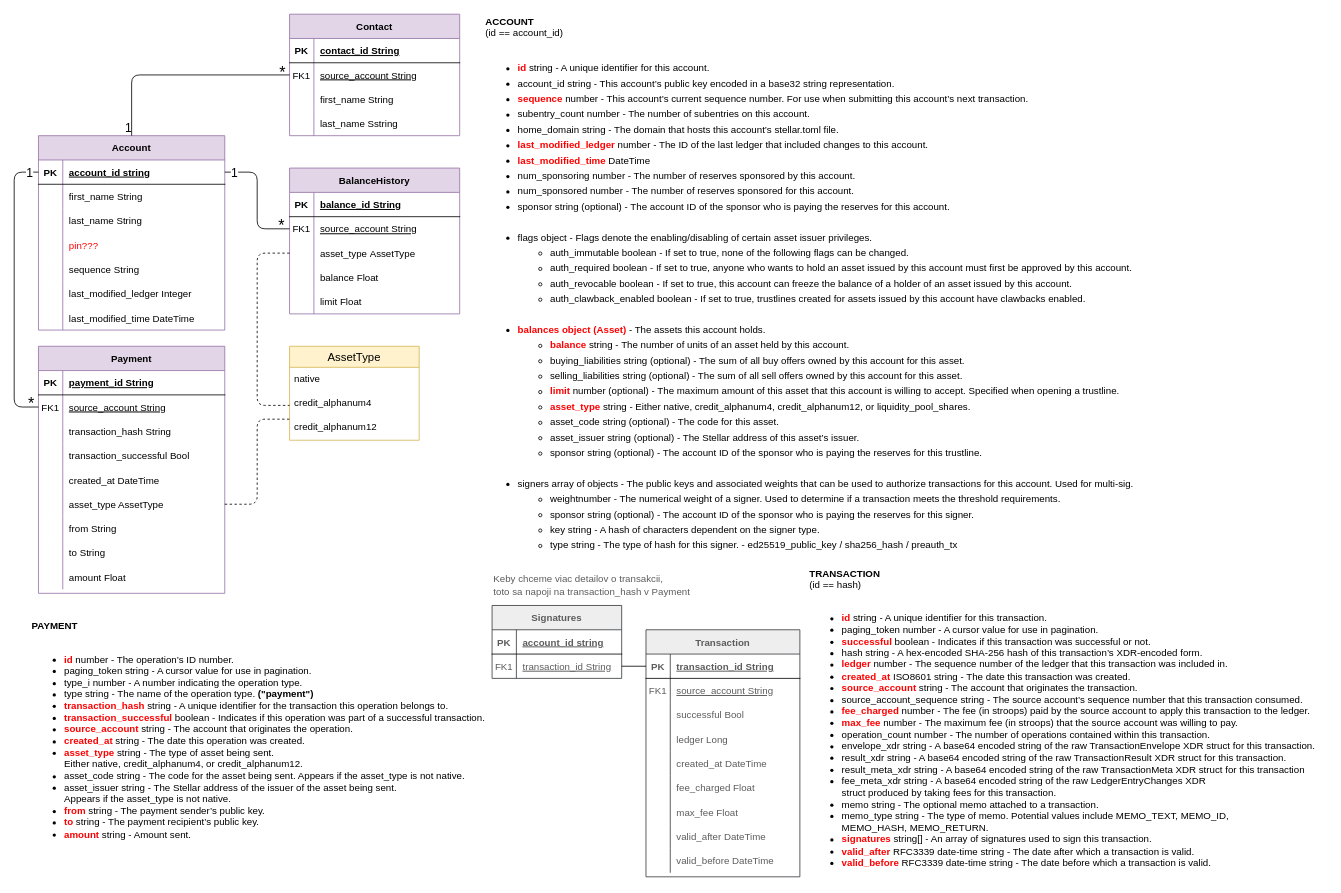
Above: LocalDB.drawio in kirschovapetra/MOBV-project (draw.io), before the change. Source tidied: cells renumbered, new cells numbered last; positions are measured from the earlier drawing's top-left corner, leaving out a move shared by most shapes. Both pictures are drawn from the tidied source at 81%, with x=0, y=0 at pixel (14, 14).
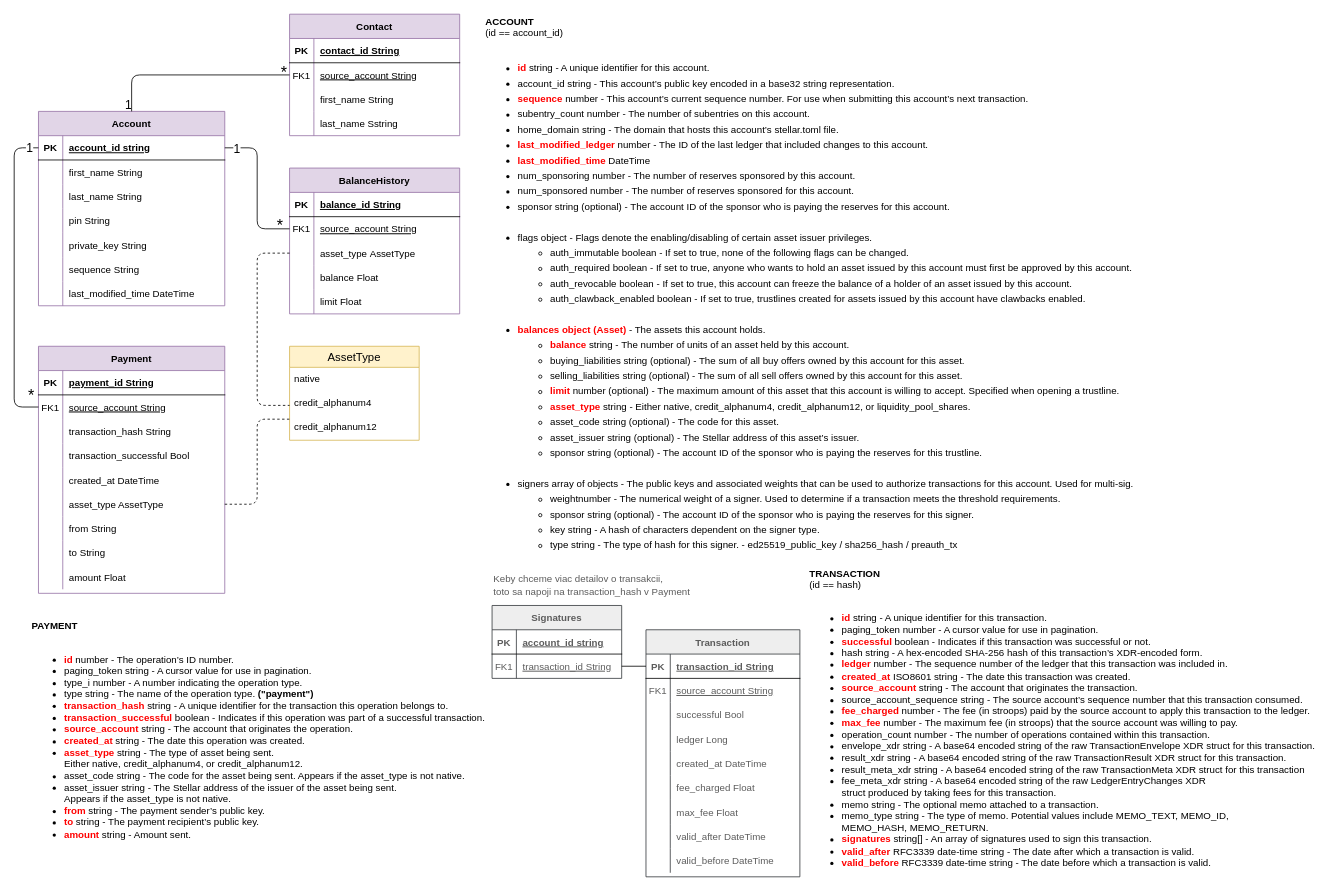
Above is the later version.

Unchanged cells that the change refers to:
```xml
<mxCell id="47" style="shape=partialRectangle;fillColor=none;points=[[0,0.5],[1,0.5]];portConstraint=eastwest;top=0;left=0;right=0;bottom=0;rounded=0;" parent="43" vertex="1">
  <mxGeometry y="60" width="210" height="30" as="geometry" />
</mxCell>
<mxCell id="60" style="shape=partialRectangle;fillColor=none;points=[[0,0.5],[1,0.5]];portConstraint=eastwest;top=0;left=0;right=0;bottom=1;rounded=0;" parent="59" vertex="1">
  <mxGeometry y="30" width="230" height="30" as="geometry" />
</mxCell>
<mxCell id="69" style="shape=partialRectangle;fillColor=none;top=0;left=0;right=0;bottom=0;rounded=0;" parent="59" vertex="1">
  <mxGeometry y="120" width="230" height="30" as="geometry" />
</mxCell>
<mxCell id="105" style="shape=partialRectangle;fillColor=none;points=[[0,0.5],[1,0.5]];portConstraint=eastwest;top=0;left=0;right=0;bottom=0;rounded=0;" parent="101" vertex="1">
  <mxGeometry y="60" width="230" height="30" as="geometry" />
</mxCell>
```

What changed in the source:
```diff
@@
     <mxCell id="59" value="Account" style="shape=table;startSize=30;childLayout=tableLayout;rowLines=0;fontStyle=1;align=center;rounded=0;fillColor=#e1d5e7;strokeColor=#9673a6;" parent="1" vertex="1">
-      <mxGeometry x="30" y="150" width="230" height="240" as="geometry" />
+      <mxGeometry x="30" y="120" width="230" height="240" as="geometry" />
     </mxCell>
@@
-    <mxCell id="71" value="pin???" style="shape=partialRectangle;overflow=hidden;fillColor=none;top=0;left=0;bottom=0;right=0;align=left;spacingLeft=6;rounded=0;strokeColor=#000000;fontColor=#FF0000;" parent="69" vertex="1">
+    <mxCell id="71" value="pin String" style="shape=partialRectangle;overflow=hidden;fillColor=none;top=0;left=0;bottom=0;right=0;align=left;spacingLeft=6;rounded=0;strokeColor=#000000;fontColor=#000000;" parent="69" vertex="1">
       <mxGeometry x="30" width="200" height="30" as="geometry" />
     </mxCell>
+    <mxCell id="134" style="shape=partialRectangle;fillColor=none;top=0;left=0;right=0;bottom=0;rounded=0;" parent="59" vertex="1">
+      <mxGeometry y="150" width="230" height="30" as="geometry" />
+    </mxCell>
+    <mxCell id="76" style="shape=partialRectangle;overflow=hidden;fillColor=none;top=0;left=0;bottom=0;right=0;rounded=0;" parent="134" vertex="1">
+      <mxGeometry width="30" height="30" as="geometry" />
+    </mxCell>
+    <mxCell id="135" value="private_key String" style="shape=partialRectangle;overflow=hidden;fillColor=none;top=0;left=0;bottom=0;right=0;align=left;spacingLeft=6;rounded=0;strokeColor=#000000;fontColor=#000000;" parent="134" vertex="1">
+      <mxGeometry x="30" width="200" height="30" as="geometry" />
+    </mxCell>
     <mxCell id="72" style="shape=partialRectangle;fillColor=none;top=0;left=0;right=0;bottom=0;rounded=0;" parent="59" vertex="1">
-      <mxGeometry y="150" width="230" height="30" as="geometry" />
+      <mxGeometry y="180" width="230" height="30" as="geometry" />
     </mxCell>
@@
-    <mxCell id="75" style="shape=partialRectangle;fillColor=none;top=0;left=0;right=0;bottom=0;rounded=0;" parent="59" vertex="1">
-      <mxGeometry y="180" width="230" height="30" as="geometry" />
-    </mxCell>
-    <mxCell id="76" style="shape=partialRectangle;overflow=hidden;fillColor=none;top=0;left=0;bottom=0;right=0;rounded=0;" parent="75" vertex="1">
-      <mxGeometry width="30" height="30" as="geometry" />
-    </mxCell>
-    <mxCell id="77" value="last_modified_ledger Integer" style="shape=partialRectangle;overflow=hidden;fillColor=none;top=0;left=0;bottom=0;right=0;align=left;spacingLeft=6;rounded=0;" parent="75" vertex="1">
-      <mxGeometry x="30" width="200" height="30" as="geometry" />
-    </mxCell>
@@
     <mxCell id="99" value="*" style="endArrow=none;html=1;rounded=1;fontFamily=Helvetica;edgeStyle=orthogonalEdgeStyle;labelBackgroundColor=none;fontSize=20;" parent="1" edge="1" source="60" target="47">
       <mxGeometry x="0.87" y="5" relative="1" as="geometry">
         <Array as="points">
-          <mxPoint x="300" y="195" />
+          <mxPoint x="300" y="165" />
           <mxPoint x="300" y="265" />
         </Array>
       </mxGeometry>
     </mxCell>
@@
     <mxCell id="131" value="1" style="edgeStyle=orthogonalEdgeStyle;rounded=1;jettySize=auto;html=1;fontFamily=Helvetica;fontColor=#000000;endArrow=none;endFill=0;strokeColor=#000000;fontSize=15;" parent="1" edge="1" source="60" target="105">
       <mxGeometry x="-0.94" relative="1" as="geometry">
         <Array as="points">
-          <mxPoint y="195" />
+          <mxPoint y="165" />
           <mxPoint y="485" />
         </Array>
       </mxGeometry>
     </mxCell>
```
